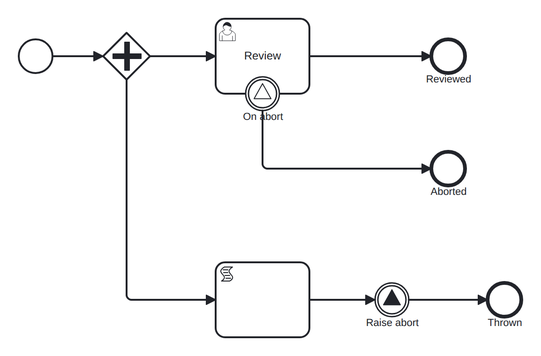
Earlier version of the BPMN export conformance/catalog/diagrams/signal-boundary.png (pblumer/atlas). Its source is kept beside it as conformance/models/signal-boundary.bpmn. Ids are renumbered. Its diagram source:
```xml
<!--
  Conformance micro-fixture: an interrupting boundary signal event.

  Start -> parallel fork -> two branches:
    A: userTask "review" with an interrupting boundary signal "abort" -> "aborted"
    B: script "prep" -> intermediate signal throw "abort" -> "thrown"
  When branch B throws "abort", branch A's boundary signal fires; being
  interrupting it cancels the still-parked "review" and routes to "aborted". The
  script keeps the throw one hop behind the boundary's arming, so the boundary is
  always subscribed first — self-completing, no driver. The user task is never
  completed; being interrupted is the point.
-->
<definitions xmlns="http://www.omg.org/spec/BPMN/20100524/MODEL"
             xmlns:bpmndi="http://www.omg.org/spec/BPMN/20100524/DI"
             xmlns:dc="http://www.omg.org/spec/DD/20100524/DC"
             xmlns:di="http://www.omg.org/spec/DD/20100524/DI"
             xmlns:zeebe="http://camunda.org/schema/zeebe/1.0"
             id="defs_signal_boundary" targetNamespace="http://atlas/conformance">
  <signal id="Sig_abort" name="abort"/>
  <process id="signal-boundary" name="Signal boundary" isExecutable="true">
    <startEvent id="start"/>
    <parallelGateway id="fork"/>
    <userTask id="review" name="Review">
      <extensionElements>
        <zeebe:assignmentDefinition candidateGroups="reviewers"/>
      </extensionElements>
    </userTask>
    <boundaryEvent id="on_abort" name="On abort" attachedToRef="review">
      <signalEventDefinition signalRef="Sig_abort"/>
    </boundaryEvent>
    <endEvent id="reviewed" name="Reviewed"/>
    <endEvent id="aborted" name="Aborted"/>
    <scriptTask id="prep">
      <extensionElements>
        <zeebe:script expression="= 1" resultVariable="ready"/>
      </extensionElements>
    </scriptTask>
    <intermediateThrowEvent id="raise_abort" name="Raise abort">
      <signalEventDefinition signalRef="Sig_abort"/>
    </intermediateThrowEvent>
    <endEvent id="thrown" name="Thrown"/>
    <sequenceFlow id="f1" sourceRef="start" targetRef="fork"/>
    <sequenceFlow id="f2" sourceRef="fork" targetRef="review"/>
    <sequenceFlow id="f3" sourceRef="fork" targetRef="prep"/>
    <sequenceFlow id="f4" sourceRef="review" targetRef="reviewed"/>
    <sequenceFlow id="f5" sourceRef="on_abort" targetRef="aborted"/>
    <sequenceFlow id="f6" sourceRef="prep" targetRef="raise_abort"/>
    <sequenceFlow id="f7" sourceRef="raise_abort" targetRef="thrown"/>
  </process>
  <bpmndi:BPMNDiagram id="diagram">
    <bpmndi:BPMNPlane id="plane" bpmnElement="signal-boundary">
      <bpmndi:BPMNShape id="di_start" bpmnElement="start"><dc:Bounds x="120" y="182" width="36" height="36"/></bpmndi:BPMNShape>
      <bpmndi:BPMNShape id="di_fork" bpmnElement="fork"><dc:Bounds x="210" y="175" width="50" height="50"/></bpmndi:BPMNShape>
      <bpmndi:BPMNShape id="di_review" bpmnElement="review"><dc:Bounds x="330" y="160" width="100" height="80"/></bpmndi:BPMNShape>
      <bpmndi:BPMNShape id="di_reviewed" bpmnElement="reviewed"><dc:Bounds x="560" y="182" width="36" height="36"/></bpmndi:BPMNShape>
      <bpmndi:BPMNShape id="di_on_abort" bpmnElement="on_abort"><dc:Bounds x="362" y="222" width="36" height="36"/></bpmndi:BPMNShape>
      <bpmndi:BPMNShape id="di_aborted" bpmnElement="aborted"><dc:Bounds x="560" y="302" width="36" height="36"/></bpmndi:BPMNShape>
      <bpmndi:BPMNShape id="di_prep" bpmnElement="prep"><dc:Bounds x="330" y="420" width="100" height="80"/></bpmndi:BPMNShape>
      <bpmndi:BPMNShape id="di_raise_abort" bpmnElement="raise_abort"><dc:Bounds x="500" y="442" width="36" height="36"/></bpmndi:BPMNShape>
      <bpmndi:BPMNShape id="di_thrown" bpmnElement="thrown"><dc:Bounds x="620" y="442" width="36" height="36"/></bpmndi:BPMNShape>
      <bpmndi:BPMNEdge id="di_f1" bpmnElement="f1"><di:waypoint x="156" y="200"/><di:waypoint x="210" y="200"/></bpmndi:BPMNEdge>
      <bpmndi:BPMNEdge id="di_f2" bpmnElement="f2"><di:waypoint x="260" y="200"/><di:waypoint x="330" y="200"/></bpmndi:BPMNEdge>
      <bpmndi:BPMNEdge id="di_f3" bpmnElement="f3"><di:waypoint x="235" y="225"/><di:waypoint x="235" y="460"/><di:waypoint x="330" y="460"/></bpmndi:BPMNEdge>
      <bpmndi:BPMNEdge id="di_f4" bpmnElement="f4"><di:waypoint x="430" y="200"/><di:waypoint x="560" y="200"/></bpmndi:BPMNEdge>
      <bpmndi:BPMNEdge id="di_f5" bpmnElement="f5"><di:waypoint x="380" y="258"/><di:waypoint x="380" y="320"/><di:waypoint x="560" y="320"/></bpmndi:BPMNEdge>
      <bpmndi:BPMNEdge id="di_f6" bpmnElement="f6"><di:waypoint x="430" y="460"/><di:waypoint x="500" y="460"/></bpmndi:BPMNEdge>
      <bpmndi:BPMNEdge id="di_f7" bpmnElement="f7"><di:waypoint x="536" y="460"/><di:waypoint x="620" y="460"/></bpmndi:BPMNEdge>
    </bpmndi:BPMNPlane>
  </bpmndi:BPMNDiagram>
</definitions>
```
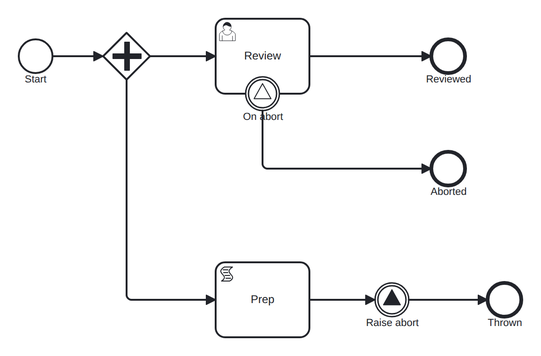
After the change.

Change to the diagram source:
```diff
@@ -18,7 +18,7 @@
              id="defs_signal_boundary" targetNamespace="http://atlas/conformance">
   <signal id="Sig_abort" name="abort"/>
   <process id="signal-boundary" name="Signal boundary" isExecutable="true">
-    <startEvent id="start"/>
+    <startEvent id="start" name="Start"/>
     <parallelGateway id="fork"/>
     <userTask id="review" name="Review">
       <extensionElements>
@@ -30,7 +30,7 @@
     </boundaryEvent>
     <endEvent id="reviewed" name="Reviewed"/>
     <endEvent id="aborted" name="Aborted"/>
-    <scriptTask id="prep">
+    <scriptTask id="prep" name="Prep">
       <extensionElements>
         <zeebe:script expression="= 1" resultVariable="ready"/>
       </extensionElements>
```
